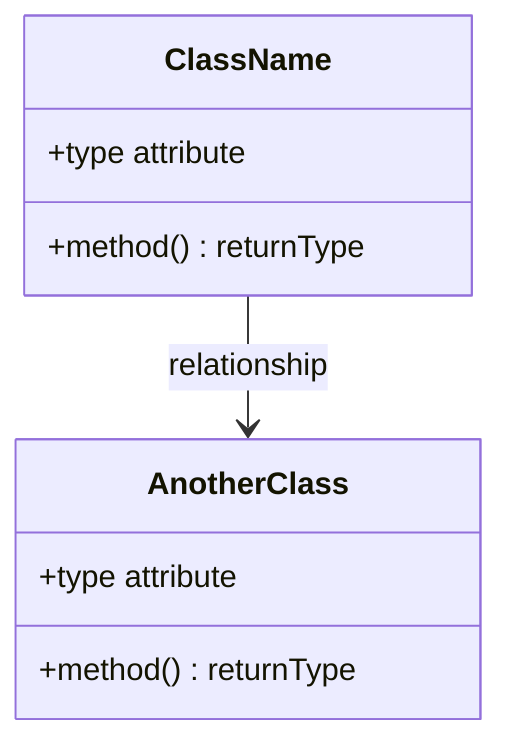
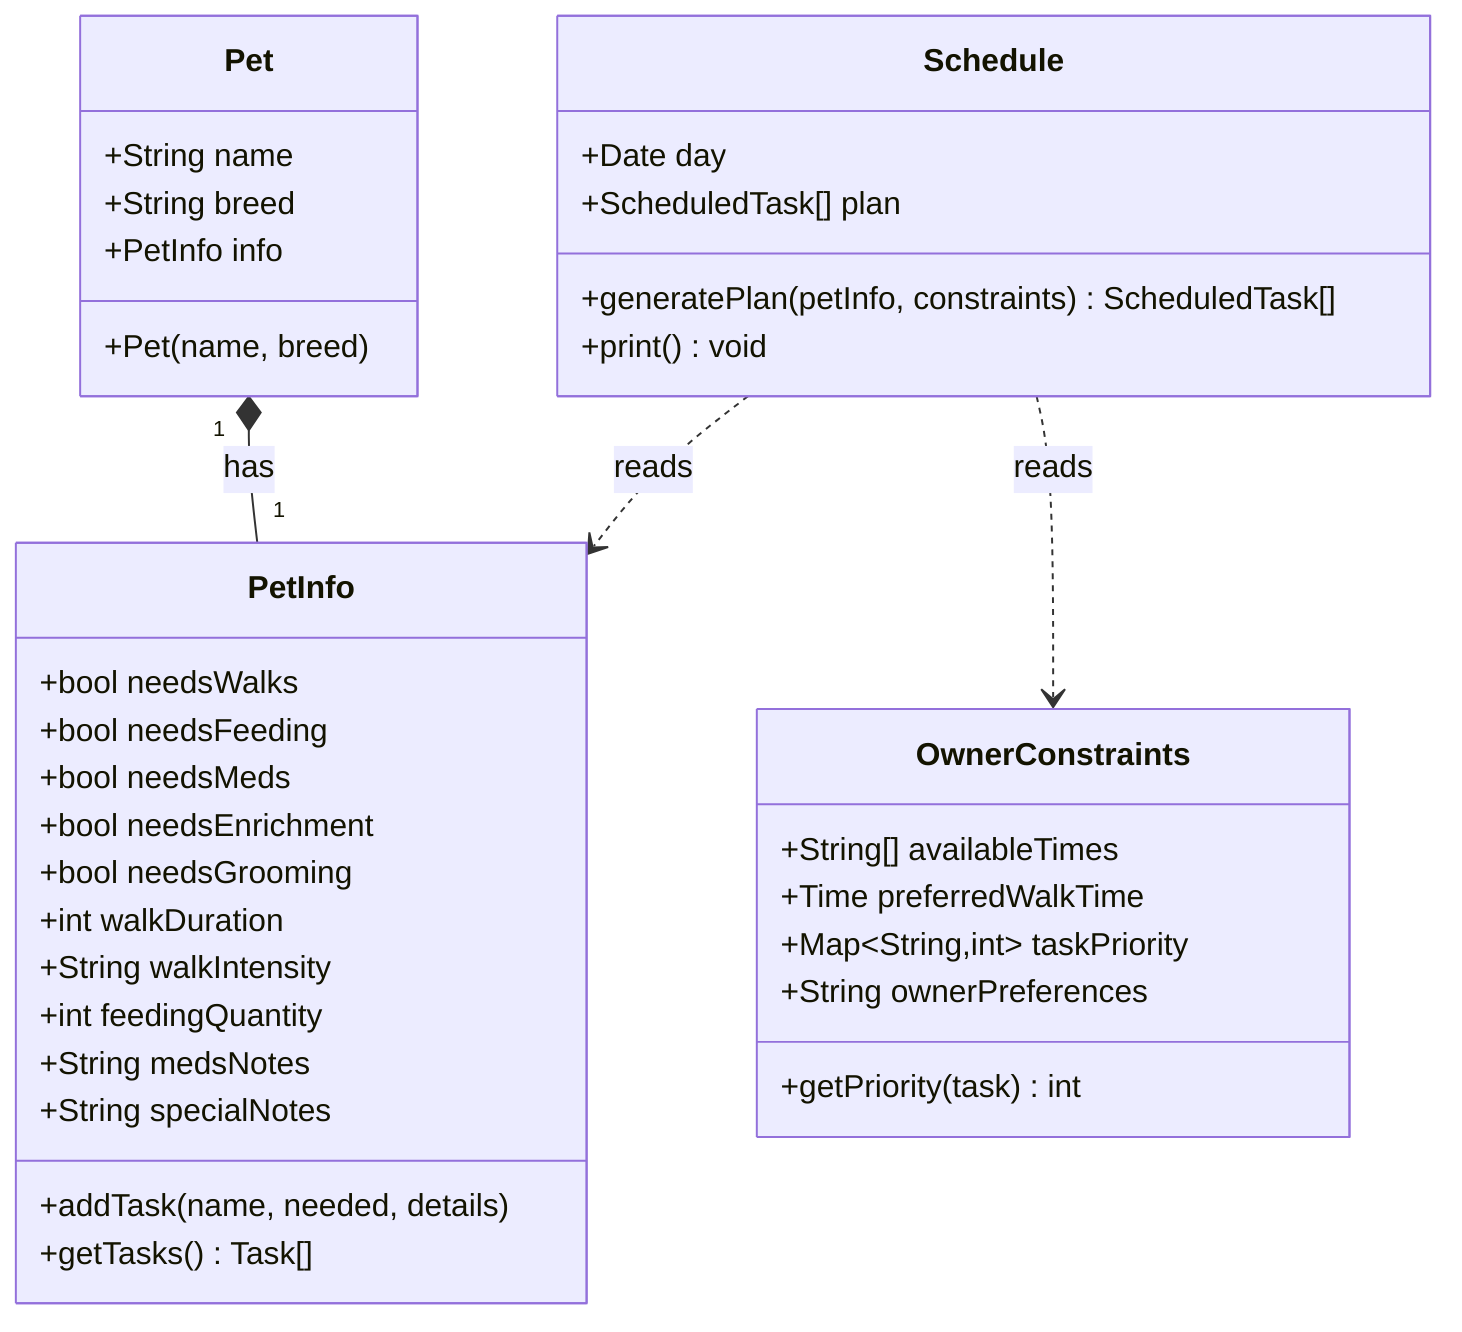
classDiagram
-     %% Replace the placeholders below with your actual classes, attributes, methods, and relationships.
-     %% Keep this file updated so it matches your final implementation.
+     %% PawPal - pet care daily plan generator

-     class ClassName {
-         +type attribute
-         +method() returnType
+     class Pet {
+         +String name
+         +String breed
+         +PetInfo info
+         +Pet(name, breed)
    }

-     class AnotherClass {
-         +type attribute
-         +method() returnType
+     class PetInfo {
+         +bool needsWalks
+         +bool needsFeeding
+         +bool needsMeds
+         +bool needsEnrichment
+         +bool needsGrooming
+         +int walkDuration
+         +String walkIntensity
+         +int feedingQuantity
+         +String medsNotes
+         +String specialNotes
+         +addTask(name, needed, details)
+         +getTasks() Task[]
    }

-     ClassName --> AnotherClass : relationship
+     class OwnerConstraints {
+         +String[] availableTimes
+         +Time preferredWalkTime
+         +Map~String,int~ taskPriority
+         +String ownerPreferences
+         +getPriority(task) int
+     }
+ 
+     class Schedule {
+         +Date day
+         +ScheduledTask[] plan
+         +generatePlan(petInfo, constraints) ScheduledTask[]
+         +print() void
+     }
+ 
+     Pet "1" *-- "1" PetInfo : has
+     Schedule ..> PetInfo : reads
+     Schedule ..> OwnerConstraints : reads
